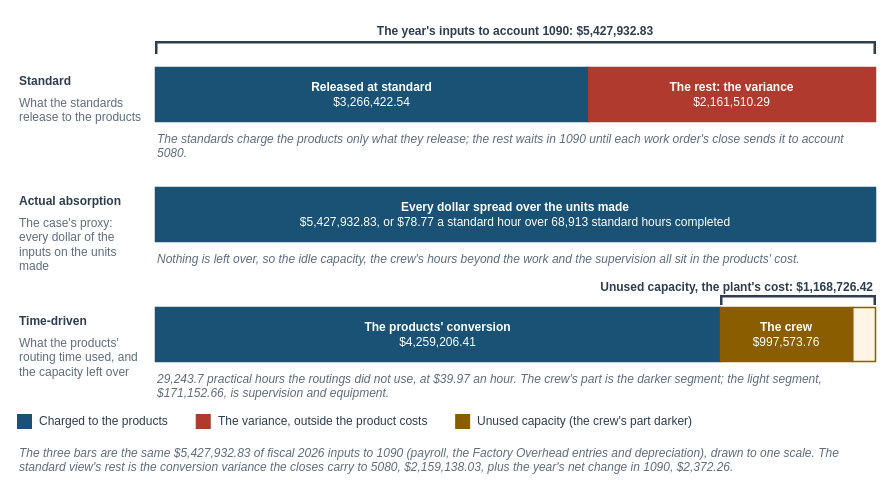
Earlier version of the draw.io diagram facts/instructor/figures/chapter-18-make-buy-or-reprice/IF-18-0-B.drawio (mmcodesso/Accounting_Analytics_Book). Source tidied: cells renumbered, new cells numbered last; positions are measured from the earlier drawing's top-left corner, leaving out a move shared by most shapes. Both pictures are drawn from the tidied source at 100%, with x=0, y=0 at pixel (17, 17).
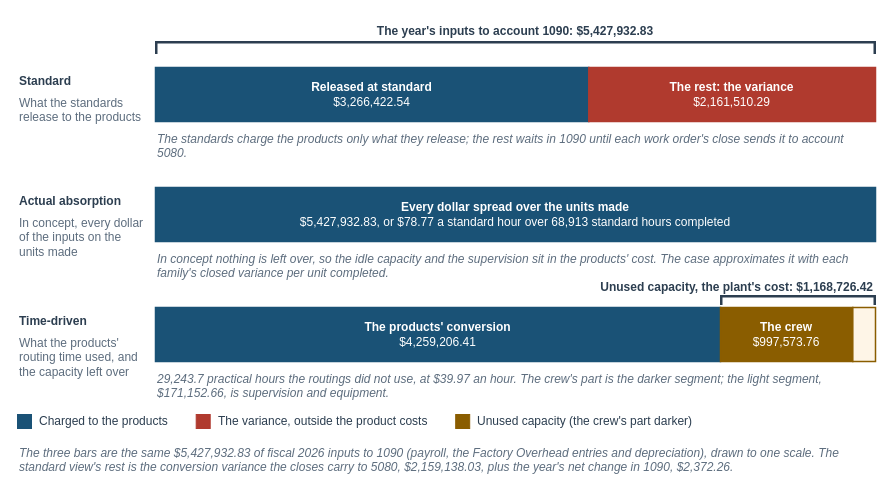
After the change.

What changed in the source:
```diff
@@
-    <mxCell id="10" value="The case's proxy: every dollar of the inputs on the units made" style="text;html=1;whiteSpace=wrap;align=left;verticalAlign=top;fontSize=12;fontColor=#5D6D7E;fontStyle=0;fontFamily=Helvetica;spacing=2;fillColor=none;strokeColor=none;" parent="1" vertex="1">
+    <mxCell id="10" value="In concept, every dollar of the inputs on the units made" style="text;html=1;whiteSpace=wrap;align=left;verticalAlign=top;fontSize=12;fontColor=#5D6D7E;fontStyle=0;fontFamily=Helvetica;spacing=2;fillColor=none;strokeColor=none;" parent="1" vertex="1">
       <mxGeometry y="192" width="128" height="52" as="geometry" />
     </mxCell>
@@
-    <mxCell id="17" value="&lt;i&gt;Nothing is left over, so the idle capacity, the crew's hours beyond the work and the supervision all sit in the products' cost.&lt;/i&gt;" style="text;html=1;whiteSpace=wrap;align=left;verticalAlign=top;fontSize=12;fontColor=#5D6D7E;fontStyle=0;fontFamily=Helvetica;spacing=2;fillColor=none;strokeColor=none;" parent="1" vertex="1">
+    <mxCell id="17" value="&lt;i&gt;In concept nothing is left over, so the idle capacity and the supervision sit in the products' cost. The case approximates it with each family's closed variance per unit completed.&lt;/i&gt;" style="text;html=1;whiteSpace=wrap;align=left;verticalAlign=top;fontSize=12;fontColor=#5D6D7E;fontStyle=0;fontFamily=Helvetica;spacing=2;fillColor=none;strokeColor=none;" parent="1" vertex="1">
       <mxGeometry x="138" y="228" width="720" height="34" as="geometry" />
     </mxCell>
```
